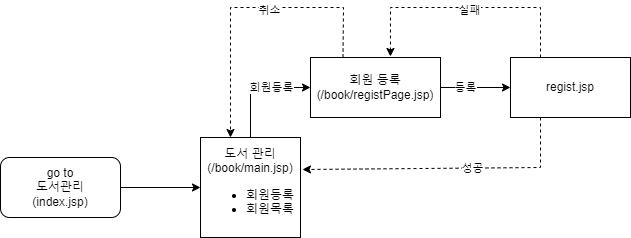
Above: bookDB/bookManager_FlowChart.png in junHyeokP/DataBase_Connection (draw.io), before the change. Source tidied: cells renumbered, new cells last; positions are measured from the earlier drawing's top-left corner, leaving out a move shared by most shapes.
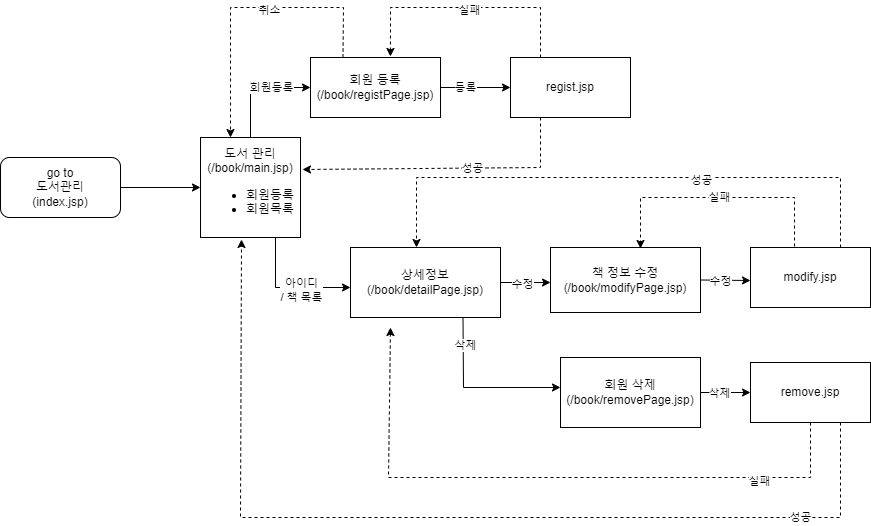
The same diagram one commit later.

What changed in the source:
```diff
@@ -72,5 +72,111 @@
     <mxCell id="16" value="실패" style="edgeLabel;html=1;align=center;verticalAlign=middle;" parent="15" vertex="1">
       <mxGeometry x="-0.02" y="2" relative="1" as="geometry" />
     </mxCell>
+    <mxCell id="17" style="endArrow=classic;html=1;rounded=0;exitX=0.75;exitY=1;exitDx=0;exitDy=0;" parent="1" edge="1" source="4">
+      <mxGeometry relative="1" as="geometry">
+        <mxPoint x="350" y="280" as="targetPoint" />
+        <Array as="points">
+          <mxPoint x="275" y="280" />
+        </Array>
+      </mxGeometry>
+    </mxCell>
+    <mxCell id="18" value="아이디&lt;div&gt;/ 책 목록&lt;/div&gt;" style="edgeLabel;html=1;align=center;verticalAlign=middle;" parent="17" vertex="1">
+      <mxGeometry x="0.2" y="-2" relative="1" as="geometry" />
+    </mxCell>
+    <mxCell id="19" value="상세정보&lt;div&gt;(/book/detailPage.jsp)&lt;/div&gt;" style="rounded=0;whiteSpace=wrap;html=1;" parent="1" vertex="1">
+      <mxGeometry x="350" y="240" width="150" height="70" as="geometry" />
+    </mxCell>
+    <mxCell id="20" style="endArrow=classic;html=1;rounded=0;exitX=1;exitY=0.5;exitDx=0;exitDy=0;" parent="1" edge="1" source="19">
+      <mxGeometry relative="1" as="geometry">
+        <mxPoint x="550" y="275" as="targetPoint" />
+      </mxGeometry>
+    </mxCell>
+    <mxCell id="21" value="수정" style="edgeLabel;html=1;align=center;verticalAlign=middle;" parent="20" vertex="1">
+      <mxGeometry x="-0.16" y="-1" relative="1" as="geometry" />
+    </mxCell>
+    <mxCell id="22" value="책 정보 수정&lt;div&gt;(/book/modifyPage.jsp)&lt;/div&gt;" style="rounded=0;whiteSpace=wrap;html=1;" parent="1" vertex="1">
+      <mxGeometry x="550" y="240" width="150" height="65" as="geometry" />
+    </mxCell>
+    <mxCell id="23" style="endArrow=classic;html=1;rounded=0;exitX=1;exitY=0.5;exitDx=0;exitDy=0;" parent="1" edge="1" source="22">
+      <mxGeometry relative="1" as="geometry">
+        <mxPoint x="750" y="273" as="targetPoint" />
+      </mxGeometry>
+    </mxCell>
+    <mxCell id="24" value="수정" style="edgeLabel;html=1;align=center;verticalAlign=middle;" parent="23" vertex="1">
+      <mxGeometry x="-0.2" y="-1" relative="1" as="geometry" />
+    </mxCell>
+    <mxCell id="25" value="modify.jsp" style="rounded=0;whiteSpace=wrap;html=1;" parent="1" vertex="1">
+      <mxGeometry x="750" y="240" width="120" height="60" as="geometry" />
+    </mxCell>
+    <mxCell id="26" style="endArrow=classic;html=1;rounded=0;exitX=0.367;exitY=-0.017;exitDx=0;exitDy=0;entryX=0.6;entryY=0.015;entryDx=0;entryDy=0;entryPerimeter=0;dashed=1;exitPerimeter=0;" parent="1" edge="1" source="25" target="22">
+      <mxGeometry relative="1" as="geometry">
+        <Array as="points">
+          <mxPoint x="794" y="190" />
+          <mxPoint x="640" y="190" />
+        </Array>
+      </mxGeometry>
+    </mxCell>
+    <mxCell id="27" value="실패" style="edgeLabel;html=1;align=center;verticalAlign=middle;" parent="26" vertex="1">
+      <mxGeometry x="-0.02" y="-1" relative="1" as="geometry" />
+    </mxCell>
+    <mxCell id="28" style="endArrow=classic;html=1;rounded=0;exitX=0.75;exitY=0;exitDx=0;exitDy=0;dashed=1;entryX=0.44;entryY=0;entryDx=0;entryDy=0;entryPerimeter=0;" parent="1" edge="1" source="25" target="19">
+      <mxGeometry relative="1" as="geometry">
+        <Array as="points">
+          <mxPoint x="840" y="170" />
+          <mxPoint x="416" y="170" />
+        </Array>
+      </mxGeometry>
+    </mxCell>
+    <mxCell id="29" value="성공" style="edgeLabel;html=1;align=center;verticalAlign=middle;" parent="28" vertex="1">
+      <mxGeometry x="-0.26" y="2" relative="1" as="geometry" />
+    </mxCell>
+    <mxCell id="30" style="endArrow=classic;html=1;rounded=0;exitX=0.75;exitY=1;exitDx=0;exitDy=0;" parent="1" edge="1" source="19">
+      <mxGeometry relative="1" as="geometry">
+        <mxPoint x="560" y="380" as="targetPoint" />
+        <Array as="points">
+          <mxPoint x="463" y="380" />
+        </Array>
+      </mxGeometry>
+    </mxCell>
+    <mxCell id="31" value="삭제" style="edgeLabel;html=1;align=center;verticalAlign=middle;" parent="30" vertex="1">
+      <mxGeometry x="-0.66" y="2" relative="1" as="geometry" />
+    </mxCell>
+    <mxCell id="32" value="회원 삭제&lt;div&gt;(/book/removePage.jsp)&lt;/div&gt;" style="rounded=0;whiteSpace=wrap;html=1;" parent="1" vertex="1">
+      <mxGeometry x="560" y="350" width="140" height="70" as="geometry" />
+    </mxCell>
+    <mxCell id="33" style="endArrow=classic;html=1;rounded=0;exitX=1;exitY=0.5;exitDx=0;exitDy=0;" parent="1" edge="1" source="32">
+      <mxGeometry relative="1" as="geometry">
+        <mxPoint x="750" y="385" as="targetPoint" />
+      </mxGeometry>
+    </mxCell>
+    <mxCell id="34" value="삭제" style="edgeLabel;html=1;align=center;verticalAlign=middle;" parent="33" vertex="1">
+      <mxGeometry x="-0.28" relative="1" as="geometry" />
+    </mxCell>
+    <mxCell id="35" value="remove.jsp" style="rounded=0;whiteSpace=wrap;html=1;" parent="1" vertex="1">
+      <mxGeometry x="750" y="355" width="120" height="60" as="geometry" />
+    </mxCell>
+    <mxCell id="36" style="endArrow=classic;html=1;rounded=0;exitX=0.5;exitY=1;exitDx=0;exitDy=0;dashed=1;" parent="1" edge="1" source="35">
+      <mxGeometry relative="1" as="geometry">
+        <mxPoint x="390" y="320" as="targetPoint" />
+        <Array as="points">
+          <mxPoint x="810" y="470" />
+          <mxPoint x="388" y="470" />
+        </Array>
+      </mxGeometry>
+    </mxCell>
+    <mxCell id="37" value="실패" style="edgeLabel;html=1;align=center;verticalAlign=middle;" parent="36" vertex="1">
+      <mxGeometry x="-0.66" y="3" relative="1" as="geometry" />
+    </mxCell>
+    <mxCell id="38" style="endArrow=classic;html=1;rounded=0;exitX=0.75;exitY=1;exitDx=0;exitDy=0;entryX=0.41;entryY=1.02;entryDx=0;entryDy=0;entryPerimeter=0;dashed=1;" parent="1" edge="1" source="35" target="4">
+      <mxGeometry relative="1" as="geometry">
+        <Array as="points">
+          <mxPoint x="840" y="510" />
+          <mxPoint x="240" y="510" />
+        </Array>
+      </mxGeometry>
+    </mxCell>
+    <mxCell id="39" value="성공" style="edgeLabel;html=1;align=center;verticalAlign=middle;" parent="38" vertex="1">
+      <mxGeometry x="-0.72" y="-1" relative="1" as="geometry" />
+    </mxCell>
   </root>
 </mxGraphModel>
```
